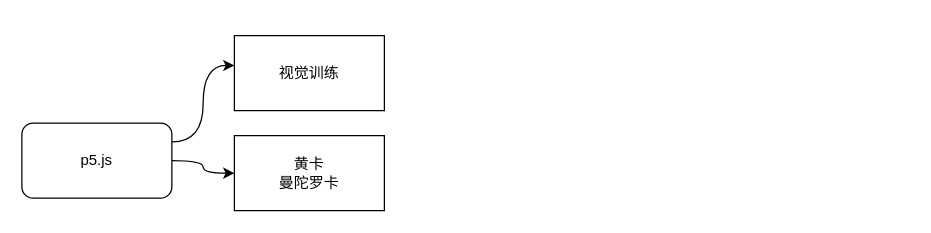
Above: page "project" (2 of 3) of assets/drawio/project.drawio in atanx/atanx.github.io (draw.io), before the change. Source tidied: cells renumbered, new cells numbered last; positions are measured from the earlier drawing's top-left corner, leaving out a move shared by most shapes. Both pictures are drawn from the tidied source at 125%, with x=0, y=0 at pixel (21, 35).
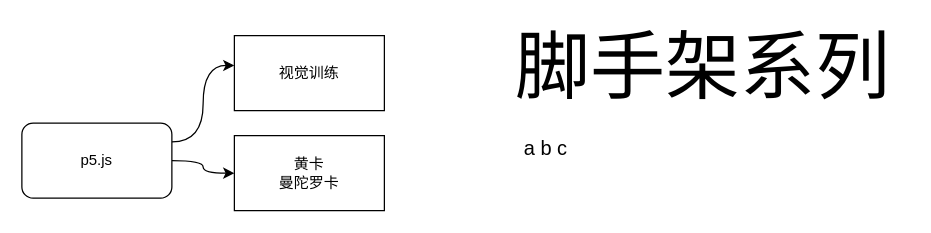
After the change.

The edit, as a diff of the source:
```diff
@@
 <mxGraphModel>
   <root>
     <mxCell id="0" />
     <mxCell id="1" parent="0" />
     <mxCell id="2" value="&lt;span&gt;视觉训练&lt;/span&gt;" style="rounded=0;whiteSpace=wrap;html=1;" parent="1" vertex="1">
       <mxGeometry x="170" width="120" height="60" as="geometry" />
     </mxCell>
     <mxCell id="3" value="黄卡&lt;br&gt;曼陀罗卡&lt;br&gt;" style="rounded=0;whiteSpace=wrap;html=1;" parent="1" vertex="1">
       <mxGeometry x="170" y="80" width="120" height="60" as="geometry" />
     </mxCell>
     <mxCell id="4" style="edgeStyle=orthogonalEdgeStyle;rounded=0;jettySize=auto;html=1;curved=1;" parent="1" edge="1" source="6" target="3">
       <mxGeometry relative="1" as="geometry" />
     </mxCell>
     <mxCell id="5" style="edgeStyle=orthogonalEdgeStyle;curved=1;rounded=0;jettySize=auto;html=1;exitX=1;exitY=0.25;exitDx=0;exitDy=0;entryX=0;entryY=0.398;entryDx=0;entryDy=0;entryPerimeter=0;" parent="1" edge="1" source="6" target="2">
       <mxGeometry relative="1" as="geometry" />
     </mxCell>
     <mxCell id="6" value="p5.js" style="rounded=1;whiteSpace=wrap;html=1;" parent="1" vertex="1">
       <mxGeometry y="70" width="120" height="60" as="geometry" />
     </mxCell>
+    <mxCell id="7" value="脚手架系列" style="text;html=1;strokeColor=none;fillColor=none;align=center;verticalAlign=middle;whiteSpace=wrap;rounded=0;fontSize=60;" parent="1" vertex="1">
+      <mxGeometry x="380" width="330" height="50" as="geometry" />
+    </mxCell>
+    <mxCell id="8" value="a b c" style="text;html=1;strokeColor=none;fillColor=none;align=left;verticalAlign=middle;whiteSpace=wrap;rounded=0;fontSize=16;" parent="1" vertex="1">
+      <mxGeometry x="400" y="80" width="290" height="20" as="geometry" />
+    </mxCell>
   </root>
 </mxGraphModel>
```
